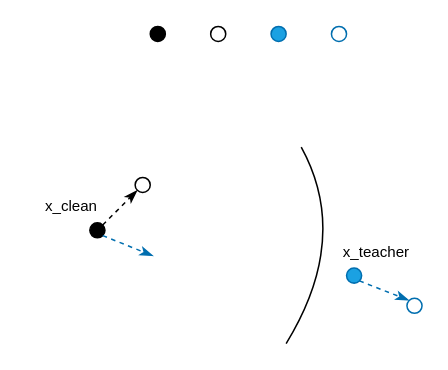
Before: steg示意图.drawio in Zhou-AY/hello-world, a draw.io diagram. Source tidied: cells renumbered, new cells numbered last; positions are measured from the earlier drawing's top-left corner, leaving out a move shared by most shapes. Both pictures are drawn from the tidied source at 151%, with x=0, y=0 at pixel (26, 26).
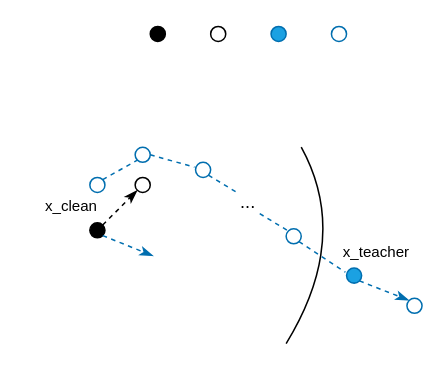
The same diagram, later.

Commit message (it also covers changes not shown here):
更新steg示意图.drawio

Unchanged cells that the change refers to:
```xml
<mxCell id="4" style="ellipse;whiteSpace=wrap;html=1;fillColor=#1ba1e2;fontColor=#ffffff;strokeColor=#006EAF;" parent="1" vertex="1">
  <mxGeometry x="212" y="160" width="10" height="10" as="geometry" />
</mxCell>
```

Change to the diagram source:
```diff
@@
+    <mxCell id="16" style="ellipse;whiteSpace=wrap;html=1;fillColor=none;fontColor=#ffffff;strokeColor=#006EAF;" parent="1" vertex="1">
+      <mxGeometry x="42" y="100" width="10" height="10" as="geometry" />
+    </mxCell>
+    <mxCell id="17" style="endArrow=none;html=1;rounded=0;endFill=0;dashed=1;fillColor=#1ba1e2;strokeColor=#006EAF;exitX=1;exitY=0;exitDx=0;exitDy=0;entryX=0;entryY=1;entryDx=0;entryDy=0;" parent="1" edge="1" source="16" target="18">
+      <mxGeometry relative="1" as="geometry" />
+    </mxCell>
+    <mxCell id="18" style="ellipse;whiteSpace=wrap;html=1;fillColor=none;fontColor=#ffffff;strokeColor=#006EAF;" parent="1" vertex="1">
+      <mxGeometry x="72" y="80" width="10" height="10" as="geometry" />
+    </mxCell>
+    <mxCell id="19" style="ellipse;whiteSpace=wrap;html=1;fillColor=none;fontColor=#ffffff;strokeColor=#006EAF;" parent="1" vertex="1">
+      <mxGeometry x="112" y="90" width="10" height="10" as="geometry" />
+    </mxCell>
+    <mxCell id="20" style="ellipse;whiteSpace=wrap;html=1;fillColor=none;fontColor=#ffffff;strokeColor=#006EAF;" parent="1" vertex="1">
+      <mxGeometry x="172" y="134" width="10" height="10" as="geometry" />
+    </mxCell>
+    <mxCell id="21" style="endArrow=none;html=1;rounded=0;endFill=0;dashed=1;fillColor=#1ba1e2;strokeColor=#006EAF;exitX=1;exitY=0.5;exitDx=0;exitDy=0;entryX=-0.074;entryY=0.32;entryDx=0;entryDy=0;entryPerimeter=0;" parent="1" edge="1" source="18" target="19">
+      <mxGeometry relative="1" as="geometry" />
+    </mxCell>
+    <mxCell id="22" style="endArrow=none;html=1;rounded=0;endFill=0;dashed=1;fillColor=#1ba1e2;strokeColor=#006EAF;exitX=1;exitY=1;exitDx=0;exitDy=0;entryX=-0.074;entryY=0.278;entryDx=0;entryDy=0;entryPerimeter=0;" parent="1" edge="1" source="20" target="4">
+      <mxGeometry relative="1" as="geometry" />
+    </mxCell>
+    <mxCell id="23" value="..." style="text;html=1;strokeColor=none;fillColor=none;align=center;verticalAlign=middle;whiteSpace=wrap;rounded=0;" parent="1" vertex="1">
+      <mxGeometry x="132" y="110" width="30" height="14" as="geometry" />
+    </mxCell>
+    <mxCell id="24" style="endArrow=none;html=1;rounded=0;endFill=0;dashed=1;fillColor=#1ba1e2;strokeColor=#006EAF;exitX=1;exitY=1;exitDx=0;exitDy=0;entryX=0.25;entryY=0;entryDx=0;entryDy=0;" parent="1" edge="1" source="19" target="23">
+      <mxGeometry relative="1" as="geometry" />
+    </mxCell>
+    <mxCell id="25" style="endArrow=none;html=1;rounded=0;endFill=0;dashed=1;fillColor=#1ba1e2;strokeColor=#006EAF;exitX=0.75;exitY=1;exitDx=0;exitDy=0;entryX=0;entryY=0;entryDx=0;entryDy=0;" parent="1" edge="1" source="23" target="20">
+      <mxGeometry relative="1" as="geometry" />
+    </mxCell>
```
